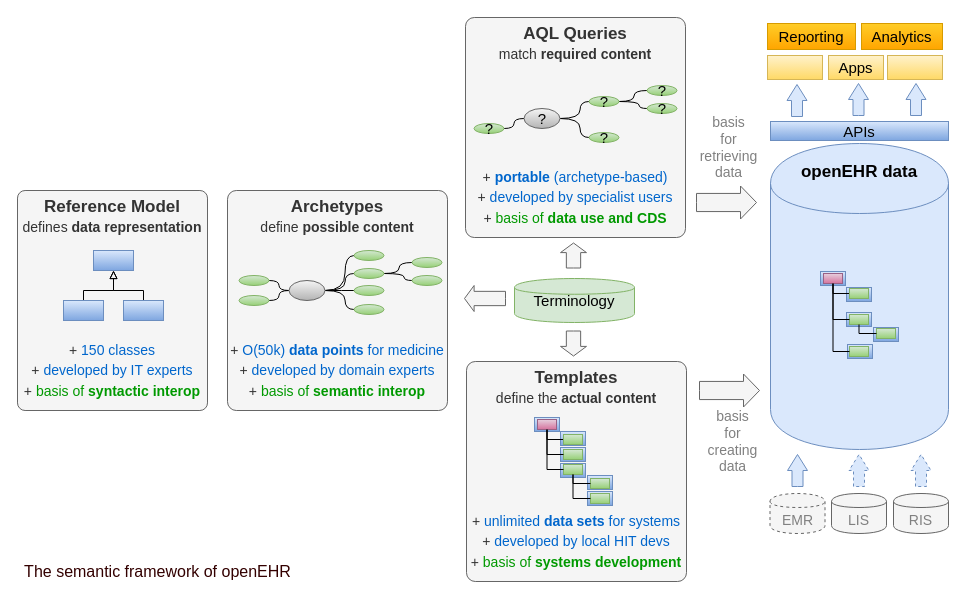
This is docs/diagrams/openehr_4pillars_v2.drawio from openEHR/specifications-AA_GLOBAL, a draw.io file, before an edit. Source tidied: cells renumbered, new cells numbered last; positions are measured from the earlier drawing's top-left corner, leaving out a move shared by most shapes. Both pictures are drawn from the tidied source at 100%, with x=0, y=0 at pixel (17, 17).
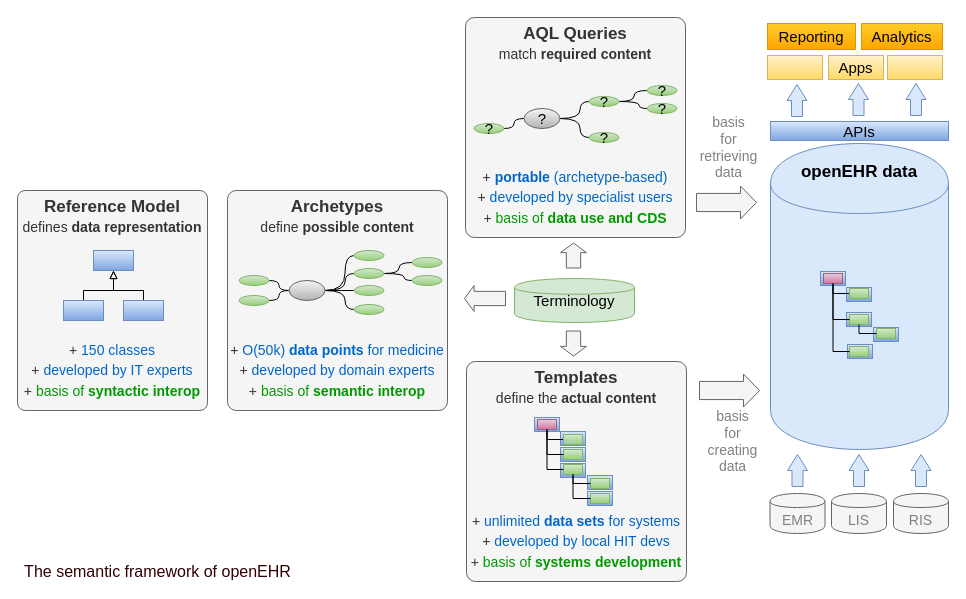
The same diagram, later.

Commit message (it also covers changes not shown here):
Slight improvements to 4pillars diagram.

Diff of the diagram source:
```diff
@@
-    <mxCell id="81" value="EMR" style="shape=cylinder;whiteSpace=wrap;html=1;boundedLbl=1;backgroundOutline=1;fontSize=14;fontStyle=0;fillColor=#f5f5f5;strokeColor=#666666;verticalAlign=top;spacingTop=0;fontColor=#808080;dashed=1;" parent="1" vertex="1">
+    <mxCell id="81" value="EMR" style="shape=cylinder;whiteSpace=wrap;html=1;boundedLbl=1;backgroundOutline=1;fontSize=14;fontStyle=0;fillColor=#f5f5f5;strokeColor=#666666;verticalAlign=top;spacingTop=0;fontColor=#808080;" parent="1" vertex="1">
       <mxGeometry x="752.5" y="476" width="55" height="40" as="geometry" />
     </mxCell>
@@
-    <mxCell id="85" style="html=1;shadow=0;dashed=1;align=center;verticalAlign=middle;shape=mxgraph.arrows2.arrow;dy=0.45;dx=16;notch=0;fontSize=17;fillColor=#dae8fc;strokeColor=#6c8ebf;rotation=-90;" parent="1" vertex="1">
+    <mxCell id="85" style="html=1;shadow=0;align=center;verticalAlign=middle;shape=mxgraph.arrows2.arrow;dy=0.45;dx=16;notch=0;fontSize=17;fillColor=#dae8fc;strokeColor=#6c8ebf;rotation=-90;" parent="1" vertex="1">
       <mxGeometry x="825.5" y="443" width="32" height="20" as="geometry" />
     </mxCell>
-    <mxCell id="86" style="html=1;shadow=0;dashed=1;align=center;verticalAlign=middle;shape=mxgraph.arrows2.arrow;dy=0.45;dx=16;notch=0;fontSize=17;fillColor=#dae8fc;strokeColor=#6c8ebf;rotation=-90;" parent="1" vertex="1">
+    <mxCell id="86" style="html=1;shadow=0;align=center;verticalAlign=middle;shape=mxgraph.arrows2.arrow;dy=0.45;dx=16;notch=0;fontSize=17;fillColor=#dae8fc;strokeColor=#6c8ebf;rotation=-90;" parent="1" vertex="1">
       <mxGeometry x="887.5" y="443" width="32" height="20" as="geometry" />
     </mxCell>
```
